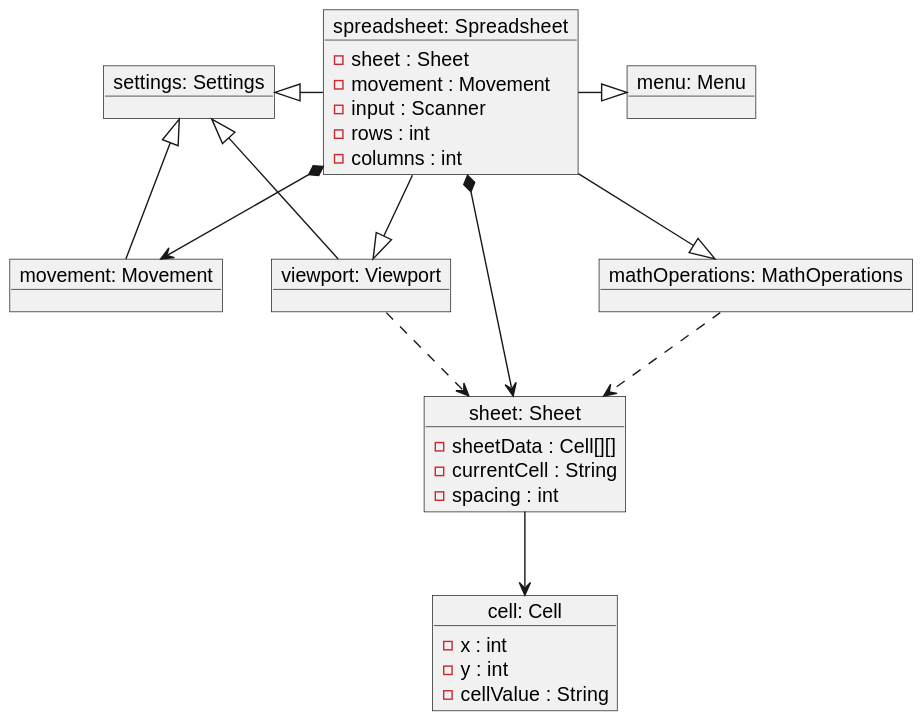
Above: modelosUML/modeloDeDominio/diagramaDeClases.svg in pablarce/23-24-IdSw2-SDD (PlantUML), before the change.
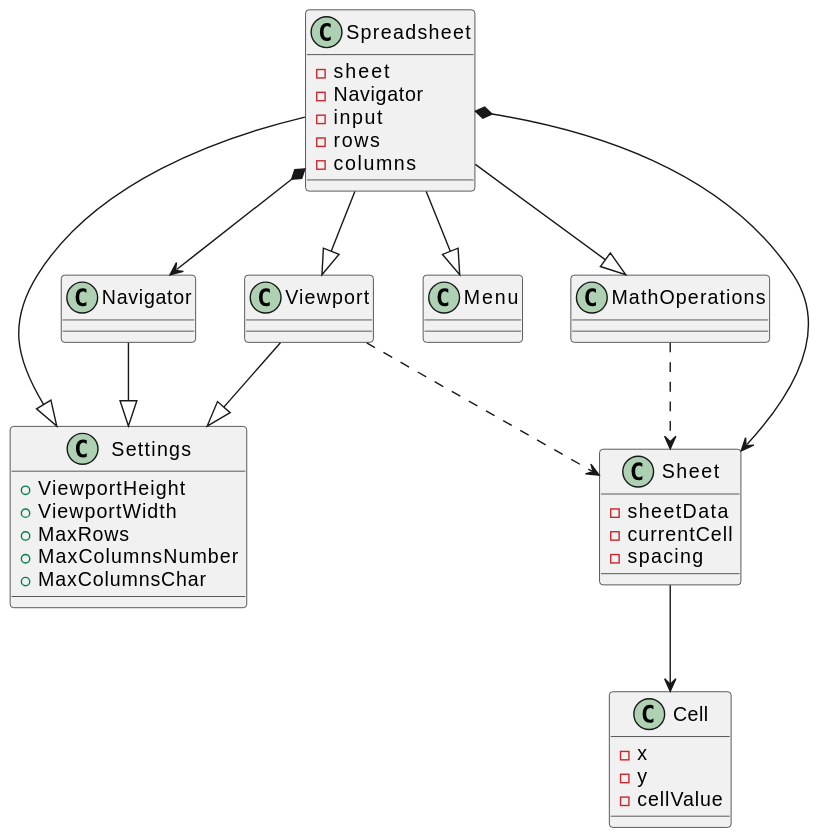
The same diagram one commit later.

What changed in the source:
```diff
@@ -1,43 +1,49 @@
 @startuml
-object "spreadsheet: Spreadsheet" as spreadsheet {
-    - sheet : Sheet
-    - movement : Movement
-    - input : Scanner
-    - rows : int
-    - columns : int
+class Spreadsheet {
+    - sheet
+    - Navigator
+    - input
+    - rows
+    - columns
 }
 
-object "cell: Cell" as cell {
-    - x : int
-    - y : int
-    - cellValue : String
+class Cell {
+    - x
+    - y
+    - cellValue
 }
 
-object "mathOperations: MathOperations" as mathOperations
+class MathOperations
 
-object "menu: Menu" as menu
+class Menu
 
-object "movement: Movement" as movement
+class Navigator
 
-object "settings: Settings" as settings
-
-object "sheet: Sheet" as sheet {
-    - sheetData : Cell[][]
-    - currentCell : String
-    - spacing : int
+class Settings{
+    +ViewportHeight
+    +ViewportWidth
+    +MaxRows
+    +MaxColumnsNumber
+    +MaxColumnsChar
 }
 
-object "viewport: Viewport" as viewport
+class Sheet {
+    - sheetData
+    - currentCell
+    - spacing
+}
 
-spreadsheet *-d-> sheet
-spreadsheet *--> movement
-spreadsheet -l-|> settings
-spreadsheet --|> viewport
-spreadsheet --|> mathOperations
-spreadsheet -r-|> menu
-movement --|> settings
-viewport ..> sheet
-viewport -|> settings
-mathOperations ..> sheet
-sheet -d-> cell
+class Viewport
+
+Spreadsheet *-d-> Sheet
+Spreadsheet *--> Navigator
+Spreadsheet --down-|> Settings
+Spreadsheet --|> Viewport
+Spreadsheet --|> MathOperations
+Spreadsheet --|> Menu
+Navigator --|> Settings
+Viewport ..> Sheet
+Viewport -|> Settings
+MathOperations ..> Sheet
+Sheet -d-> Cell
 @enduml
```
